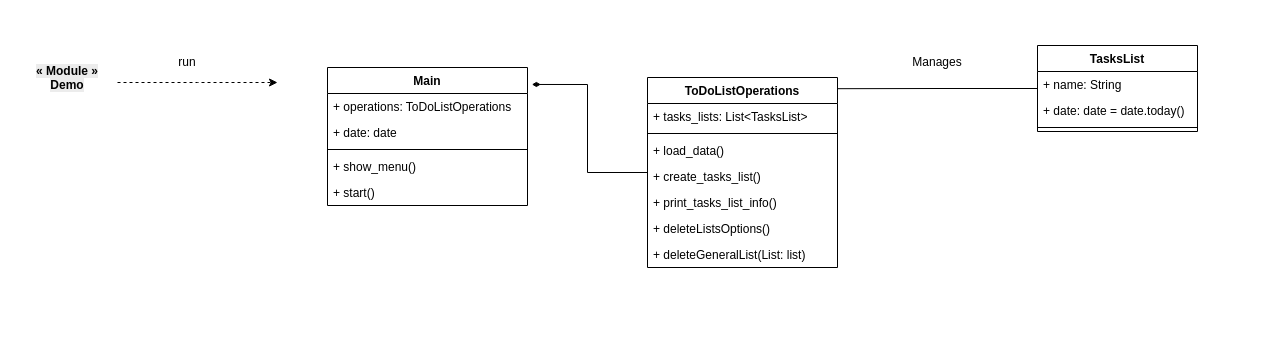
Above: page "UML Class Diagram" (6 of 6) of ToDoList App.drawio in AbdallahDaradkeh-1/ToDoList-App (draw.io), before the change. Source tidied: cells renumbered, new cells numbered last; positions are measured from the earlier drawing's top-left corner, leaving out a move shared by most shapes. Both pictures are drawn from the tidied source at 100%, with x=0, y=0 at pixel (17, 45).
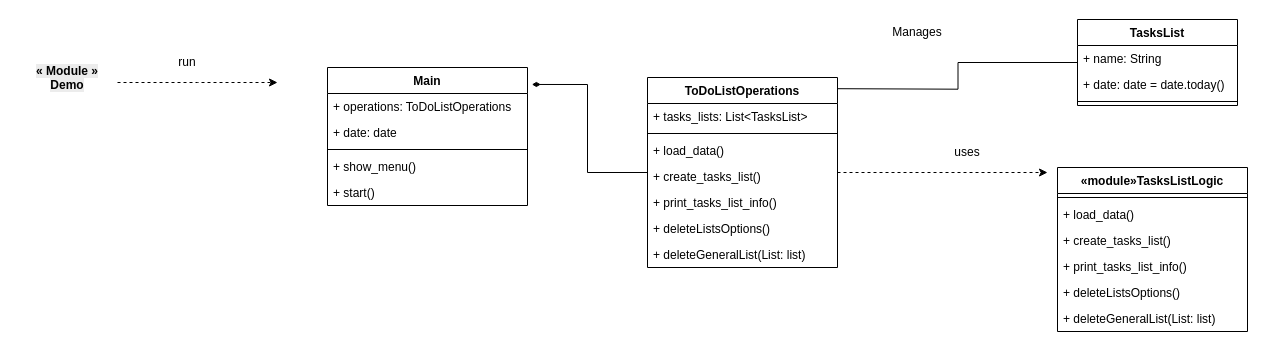
The same diagram, later.

Commit message (it also covers changes not shown here):
seperate load data logic from TasksList logic and put it into seperate file/module called 'loadData.py'

The change refers to these unchanged cells:
```xml
<mxCell id="2" value="&lt;span style=&quot;&quot;&gt;ToDoListOperations&lt;/span&gt;" style="swimlane;fontStyle=1;align=center;verticalAlign=top;horizontal=1;startSize=26;whiteSpace=wrap;html=1;" parent="1" vertex="1">
  <mxGeometry x="630" y="32" width="190" height="190" as="geometry" />
</mxCell>
```

The edit, as a diff of the source:
```diff
@@
+    <mxCell id="26" style="edgeStyle=orthogonalEdgeStyle;rounded=0;jettySize=auto;html=1;dashed=1;" parent="1" edge="1" source="2">
+      <mxGeometry relative="1" as="geometry">
+        <mxPoint x="1030" y="127" as="targetPoint" />
+      </mxGeometry>
+    </mxCell>
@@
     <mxCell id="10" value="TasksList" style="swimlane;fontStyle=1;align=center;verticalAlign=top;horizontal=1;startSize=26;whiteSpace=wrap;html=1;" parent="1" vertex="1">
-      <mxGeometry x="1020" width="160" height="86" as="geometry" />
+      <mxGeometry x="1060" y="-26" width="160" height="86" as="geometry" />
     </mxCell>
@@
     <mxCell id="15" value="Manages" style="text;html=1;whiteSpace=wrap;strokeColor=none;fillColor=none;align=center;verticalAlign=middle;rounded=0;" parent="1" vertex="1">
-      <mxGeometry x="890" y="2" width="60" height="30" as="geometry" />
+      <mxGeometry x="870" y="-28" width="60" height="30" as="geometry" />
     </mxCell>
@@
+    <mxCell id="27" value="&lt;span style=&quot;&quot;&gt;«module»TasksListLogic&lt;/span&gt;" style="swimlane;fontStyle=1;align=center;verticalAlign=top;horizontal=1;startSize=26;whiteSpace=wrap;html=1;" parent="1" vertex="1">
+      <mxGeometry x="1040" y="122" width="190" height="164" as="geometry" />
+    </mxCell>
+    <mxCell id="28" style="line;strokeWidth=1;fillColor=none;align=left;verticalAlign=middle;spacingTop=-1;spacingLeft=3;spacingRight=3;labelPosition=right;strokeColor=inherit;" parent="27" vertex="1">
+      <mxGeometry y="26" width="190" height="8" as="geometry" />
+    </mxCell>
+    <mxCell id="29" value="+ load_data()" style="text;strokeColor=none;fillColor=none;align=left;verticalAlign=top;spacingLeft=4;spacingRight=4;overflow=hidden;whiteSpace=wrap;html=1;" parent="27" vertex="1">
+      <mxGeometry y="34" width="190" height="26" as="geometry" />
+    </mxCell>
+    <mxCell id="30" value="+ create_tasks_list()" style="text;strokeColor=none;fillColor=none;align=left;verticalAlign=top;spacingLeft=4;spacingRight=4;overflow=hidden;whiteSpace=wrap;html=1;" parent="27" vertex="1">
+      <mxGeometry y="60" width="190" height="26" as="geometry" />
+    </mxCell>
+    <mxCell id="31" value="+ print_tasks_list_info()" style="text;strokeColor=none;fillColor=none;align=left;verticalAlign=top;spacingLeft=4;spacingRight=4;overflow=hidden;whiteSpace=wrap;html=1;" parent="27" vertex="1">
+      <mxGeometry y="86" width="190" height="26" as="geometry" />
+    </mxCell>
+    <mxCell id="32" value="+ deleteListsOptions()" style="text;strokeColor=none;fillColor=none;align=left;verticalAlign=top;spacingLeft=4;spacingRight=4;overflow=hidden;whiteSpace=wrap;html=1;" parent="27" vertex="1">
+      <mxGeometry y="112" width="190" height="26" as="geometry" />
+    </mxCell>
+    <mxCell id="33" value="+ deleteGeneralList(List: list)" style="text;strokeColor=none;fillColor=none;align=left;verticalAlign=top;spacingLeft=4;spacingRight=4;overflow=hidden;whiteSpace=wrap;html=1;" parent="27" vertex="1">
+      <mxGeometry y="138" width="190" height="26" as="geometry" />
+    </mxCell>
+    <mxCell id="34" value="uses" style="text;html=1;whiteSpace=wrap;strokeColor=none;fillColor=none;align=center;verticalAlign=middle;rounded=0;" parent="1" vertex="1">
+      <mxGeometry x="920" y="92" width="60" height="30" as="geometry" />
+    </mxCell>
```
